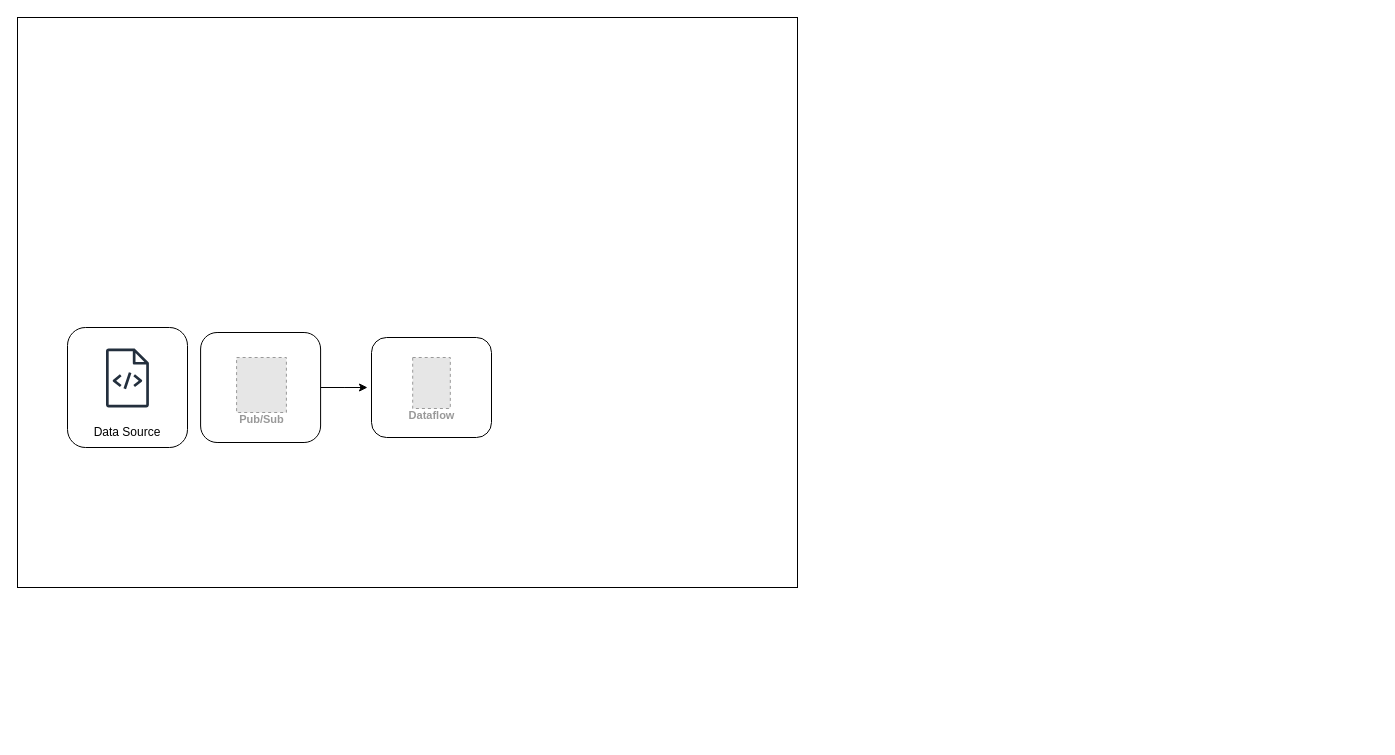
Earlier version of the draw.io diagram ML Ops Architecture.drawio (adityasolanki205/Architecture_diagrams). Source tidied: cells renumbered, new cells numbered last; positions are measured from the earlier drawing's top-left corner, leaving out a move shared by most shapes. Both pictures are drawn from the tidied source at 100%, with x=0, y=0 at pixel (17, 17). Pictures stored in the file or linked from it are replaced by grey dashed boxes.
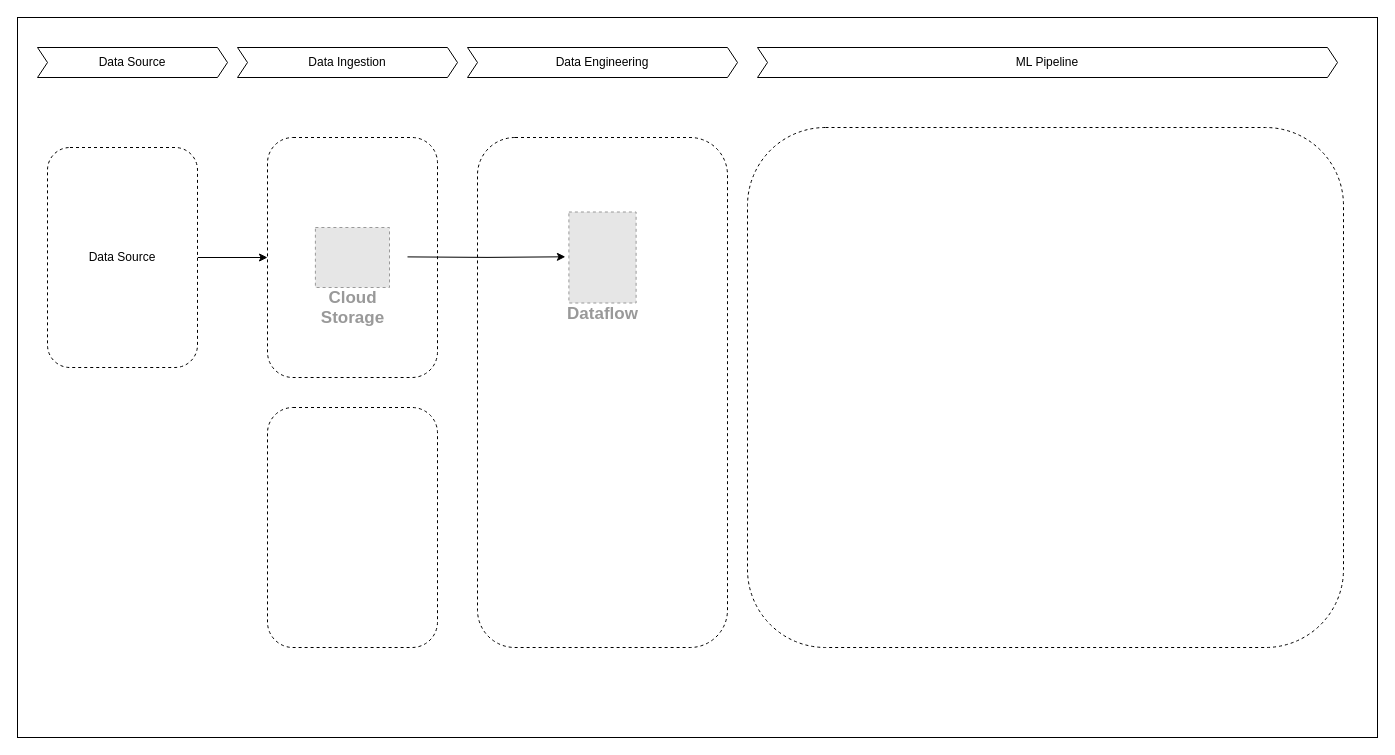
The same diagram, later.

What changed in the source:
```diff
@@
 <mxGraphModel>
   <root>
     <mxCell id="0" />
     <mxCell id="1" parent="0" />
     <mxCell id="2" style="rounded=0;whiteSpace=wrap;html=1;" parent="1" vertex="1">
-      <mxGeometry width="780" height="570" as="geometry" />
+      <mxGeometry width="1360" height="720" as="geometry" />
     </mxCell>
-    <mxCell id="3" style="rounded=1;whiteSpace=wrap;html=1;" parent="1" vertex="1">
-      <mxGeometry x="50" y="310" width="120" height="120" as="geometry" />
-    </mxCell>
-    <mxCell id="4" style="edgeStyle=orthogonalEdgeStyle;rounded=0;jettySize=auto;html=1;exitX=1;exitY=0.5;exitDx=0;exitDy=0;" parent="1" edge="1" source="5">
-      <mxGeometry relative="1" as="geometry">
-        <mxPoint x="350" y="370" as="targetPoint" />
-      </mxGeometry>
-    </mxCell>
-    <mxCell id="5" style="rounded=1;whiteSpace=wrap;html=1;" parent="1" vertex="1">
-      <mxGeometry x="183.1" y="315" width="120" height="110" as="geometry" />
-    </mxCell>
-    <mxCell id="6" value="Pub/Sub" style="fillColor=#E6E6E6;strokeColor=#999999;dashed=1;html=1;verticalAlign=top;labelPosition=center;verticalLabelPosition=bottom;align=center;spacingTop=-6;fontSize=11;fontStyle=1;fontColor=#999999;" parent="1" vertex="1">
-      <mxGeometry x="219.1" y="340" width="49.8" height="55" as="geometry" />
-    </mxCell>
-    <mxCell id="7" style="group;" parent="1" vertex="1">
-      <mxGeometry x="354" y="320" width="120" height="100" as="geometry" />
-    </mxCell>
-    <mxCell id="8" style="rounded=1;whiteSpace=wrap;html=1;" parent="7" vertex="1">
-      <mxGeometry width="120" height="100" as="geometry" />
-    </mxCell>
+    <mxCell id="12" style="rounded=1;whiteSpace=wrap;html=1;dashed=1;spacing=2;" parent="1" vertex="1">
+      <mxGeometry x="250" y="120" width="170" height="240" as="geometry" />
+    </mxCell>
+    <mxCell id="13" style="rounded=1;whiteSpace=wrap;html=1;dashed=1;" parent="1" vertex="1">
+      <mxGeometry x="250" y="390" width="170" height="240" as="geometry" />
+    </mxCell>
+    <mxCell id="14" value="ML Pipeline" style="shape=step;perimeter=stepPerimeter;whiteSpace=wrap;html=1;fixedSize=1;strokeWidth=1;size=10;" parent="1" vertex="1">
+      <mxGeometry x="740" y="30" width="580" height="30" as="geometry" />
+    </mxCell>
+    <mxCell id="15" value="Data Engineering" style="shape=step;perimeter=stepPerimeter;whiteSpace=wrap;html=1;fixedSize=1;size=10;" parent="1" vertex="1">
+      <mxGeometry x="450" y="30" width="270" height="30" as="geometry" />
+    </mxCell>
+    <mxCell id="16" value="Data Ingestion" style="shape=step;perimeter=stepPerimeter;whiteSpace=wrap;html=1;fixedSize=1;size=10;" parent="1" vertex="1">
+      <mxGeometry x="220" y="30" width="220" height="30" as="geometry" />
+    </mxCell>
+    <mxCell id="17" value="Data Source" style="shape=step;perimeter=stepPerimeter;whiteSpace=wrap;html=1;fixedSize=1;size=10;" parent="1" vertex="1">
+      <mxGeometry x="20" y="30" width="190" height="30" as="geometry" />
+    </mxCell>
+    <mxCell id="18" style="edgeStyle=orthogonalEdgeStyle;rounded=0;jettySize=auto;html=1;entryX=0;entryY=0.5;entryDx=0;entryDy=0;" parent="1" edge="1" source="19" target="12">
+      <mxGeometry relative="1" as="geometry" />
+    </mxCell>
+    <mxCell id="19" value="Data Source" style="rounded=1;whiteSpace=wrap;html=1;dashed=1;" parent="1" vertex="1">
+      <mxGeometry x="30" y="130" width="150" height="220" as="geometry" />
+    </mxCell>
+    <mxCell id="20" value="Cloud&#10;Storage" style="fillColor=#E6E6E6;strokeColor=#999999;dashed=1;html=1;verticalAlign=top;labelPosition=center;verticalLabelPosition=bottom;align=center;spacingTop=-6;fontSize=17;fontStyle=1;fontColor=#999999;" parent="1" vertex="1">
+      <mxGeometry x="297.9" y="210" width="74.1" height="60" as="geometry" />
+    </mxCell>
+    <mxCell id="21" style="rounded=1;whiteSpace=wrap;html=1;dashed=1;" parent="1" vertex="1">
+      <mxGeometry x="460" y="120" width="250" height="510" as="geometry" />
+    </mxCell>
+    <mxCell id="22" style="rounded=1;whiteSpace=wrap;html=1;dashed=1;" parent="1" vertex="1">
+      <mxGeometry x="730" y="110" width="596" height="520" as="geometry" />
+    </mxCell>
+    <mxCell id="23" style="edgeStyle=orthogonalEdgeStyle;rounded=0;orthogonalLoop=1;jettySize=auto;html=1;entryX=0.28;entryY=0.235;entryDx=0;entryDy=0;entryPerimeter=0;" parent="1" edge="1">
+      <mxGeometry relative="1" as="geometry">
+        <mxPoint x="390" y="239.4" as="sourcePoint" />
+        <mxPoint x="547.9" y="239.3" as="targetPoint" />
+      </mxGeometry>
+    </mxCell>
-    <mxCell id="9" value="Dataflow" style="fillColor=#E6E6E6;strokeColor=#999999;dashed=1;html=1;verticalAlign=top;labelPosition=center;verticalLabelPosition=bottom;align=center;spacingTop=-6;fontSize=11;fontStyle=1;fontColor=#999999;" parent="7" vertex="1">
-      <mxGeometry x="41.2" y="20" width="37.6" height="51" as="geometry" />
+    <mxCell id="9" value="Dataflow" style="fillColor=#E6E6E6;strokeColor=#999999;dashed=1;html=1;verticalAlign=top;labelPosition=center;verticalLabelPosition=bottom;align=center;spacingTop=-6;fontSize=17;fontStyle=1;fontColor=#999999;" parent="1" vertex="1">
+      <mxGeometry x="551.4" y="194.5" width="67.2" height="91" as="geometry" />
     </mxCell>
-    <mxCell id="10" style="sketch=0;fontColor=#232F3E;gradientColor=none;fillColor=#232F3D;strokeColor=none;dashed=0;verticalLabelPosition=bottom;verticalAlign=top;align=center;html=1;fontSize=12;fontStyle=0;shape=mxgraph.aws4.source_code;" parent="1" vertex="1">
-      <mxGeometry x="88.4" y="331" width="43.1" height="59" as="geometry" />
-    </mxCell>
-    <mxCell id="11" value="Data Source" style="text;html=1;strokeColor=none;fillColor=none;align=center;verticalAlign=middle;whiteSpace=wrap;overflow=hidden;" parent="1" vertex="1">
-      <mxGeometry x="70" y="405" width="80" height="20" as="geometry" />
-    </mxCell>
   </root>
 </mxGraphModel>
```
